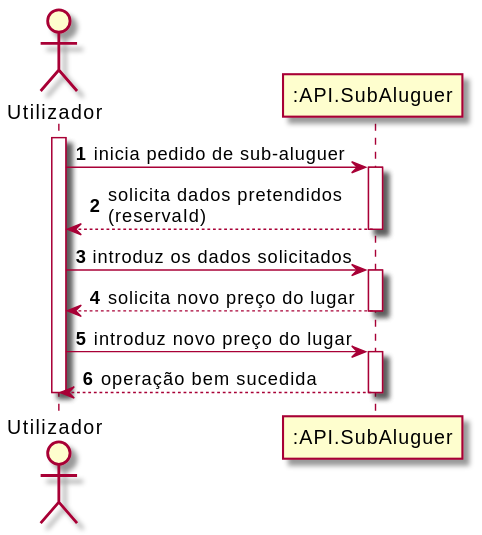
Before: Documentos/Sprint3/UC5/UC5_SSD.svg, a diagram exported from PlantUML (UPskillDOTNET/Jakim-das-Coives-S.A.).
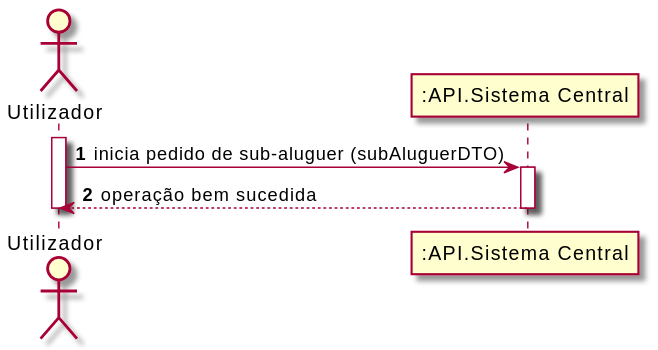
Later version of the same file.

The edit, as a diff of the source:
```diff
@@ -1,21 +1,10 @@
 @startuml
 autonumber
 actor "Utilizador" as User
-participant ":API.SubAluguer" as API
+participant ":API.Sistema Central" as API
 
 activate User
-User -> API : inicia pedido de sub-aluguer
-activate API
-API --> User : solicita dados pretendidos \n(reservaId)
-deactivate API
-
-User -> API : introduz os dados solicitados
-activate API
-
-API --> User : solicita novo preço do lugar
-deactivate API
-
-User -> API : introduz novo preço do lugar
+User -> API : inicia pedido de sub-aluguer (subAluguerDTO)
 activate API
 
 API --> User : operação bem sucedida
```
